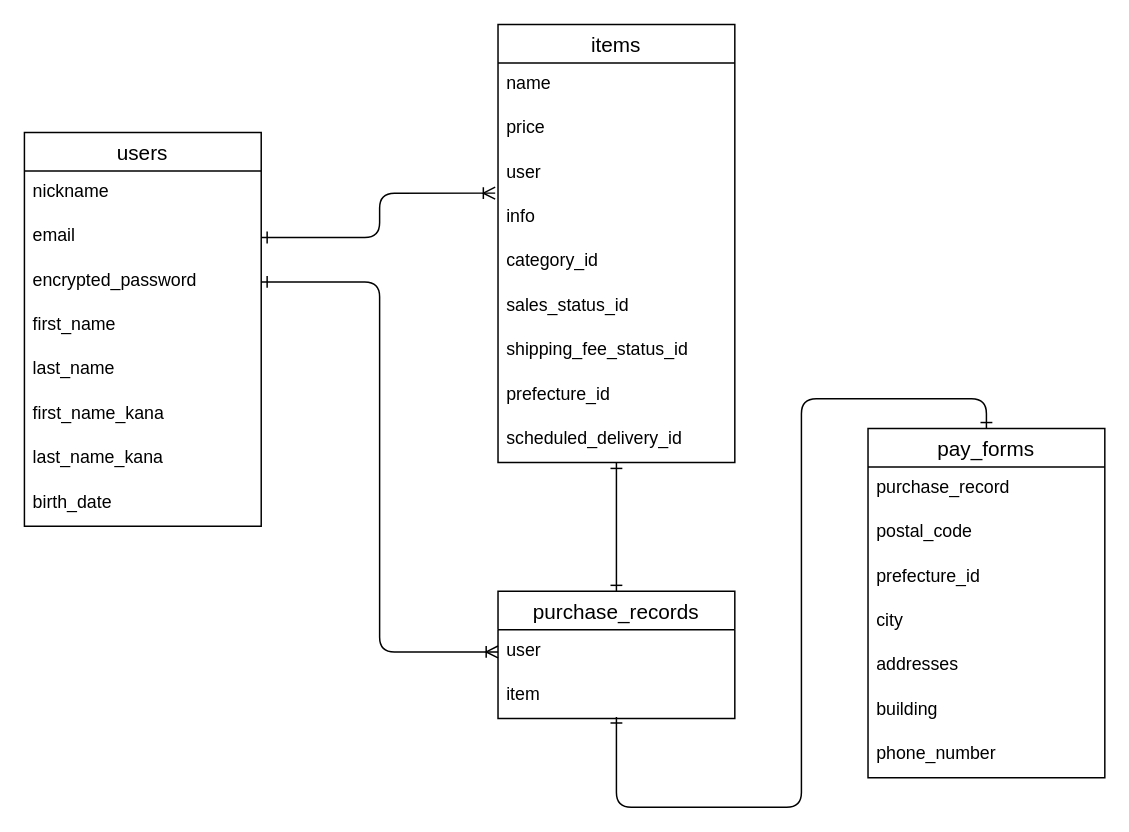
Before: test.dio in okanumayuta/furima-36774, a draw.io diagram. Source tidied: cells renumbered, new cells numbered last; positions are measured from the earlier drawing's top-left corner, leaving out a move shared by most shapes. Both pictures are drawn from the tidied source at 148%, with x=0, y=0 at pixel (24, 24).
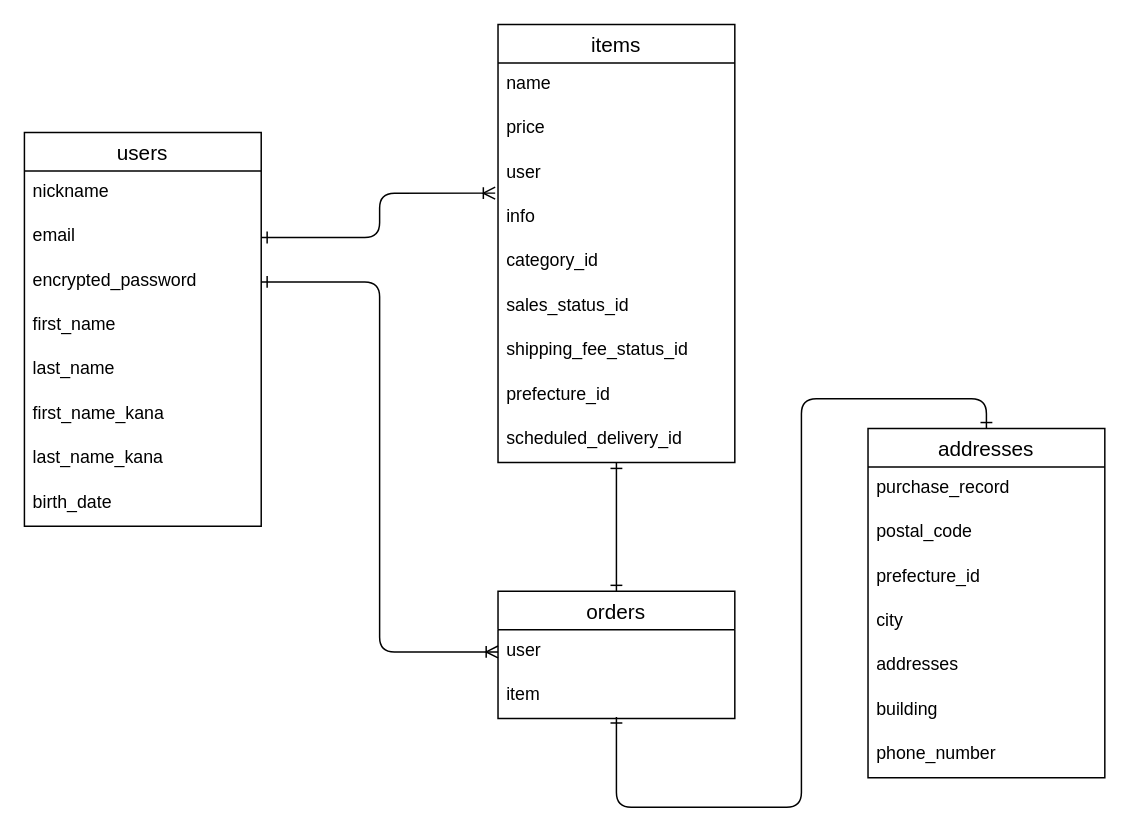
The same diagram, later.

The edit, as a diff of the source:
```diff
@@
-    <mxCell id="23" value="purchase_records" style="swimlane;fontStyle=0;horizontal=1;startSize=26;align=center;fontSize=14;rounded=0;sketch=0;" parent="1" vertex="1">
+    <mxCell id="23" value="orders" style="swimlane;fontStyle=0;horizontal=1;startSize=26;align=center;fontSize=14;rounded=0;sketch=0;" parent="1" vertex="1">
       <mxGeometry x="320" y="383" width="160" height="86" as="geometry" />
     </mxCell>
@@
-    <mxCell id="28" value="pay_forms" style="swimlane;fontStyle=0;horizontal=1;startSize=26;align=center;fontSize=14;rounded=0;sketch=0;" parent="1" vertex="1">
+    <mxCell id="28" value="addresses" style="swimlane;fontStyle=0;horizontal=1;startSize=26;align=center;fontSize=14;rounded=0;sketch=0;" parent="1" vertex="1">
       <mxGeometry x="570" y="273" width="160" height="236" as="geometry" />
     </mxCell>
```
